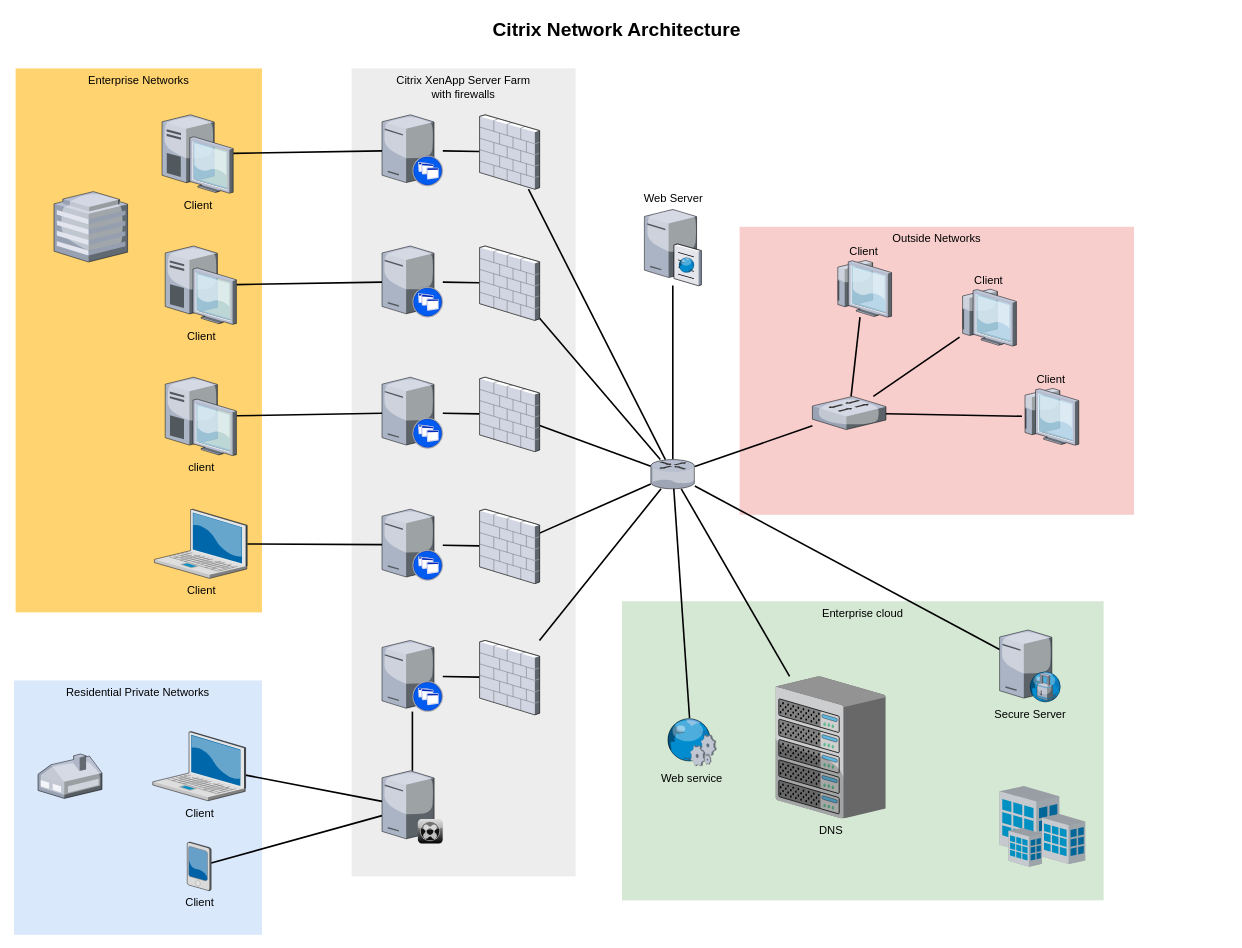
moondog69/drawings keeps this draw.io diagram as Untitled Diagram.drawio. Above is the earlier version. Source tidied: cells renumbered, new cells numbered last; positions are measured from the earlier drawing's top-left corner, leaving out a move shared by most shapes. Both pictures are drawn from the tidied source at 80%, with x=0, y=0 at pixel (14, 14).
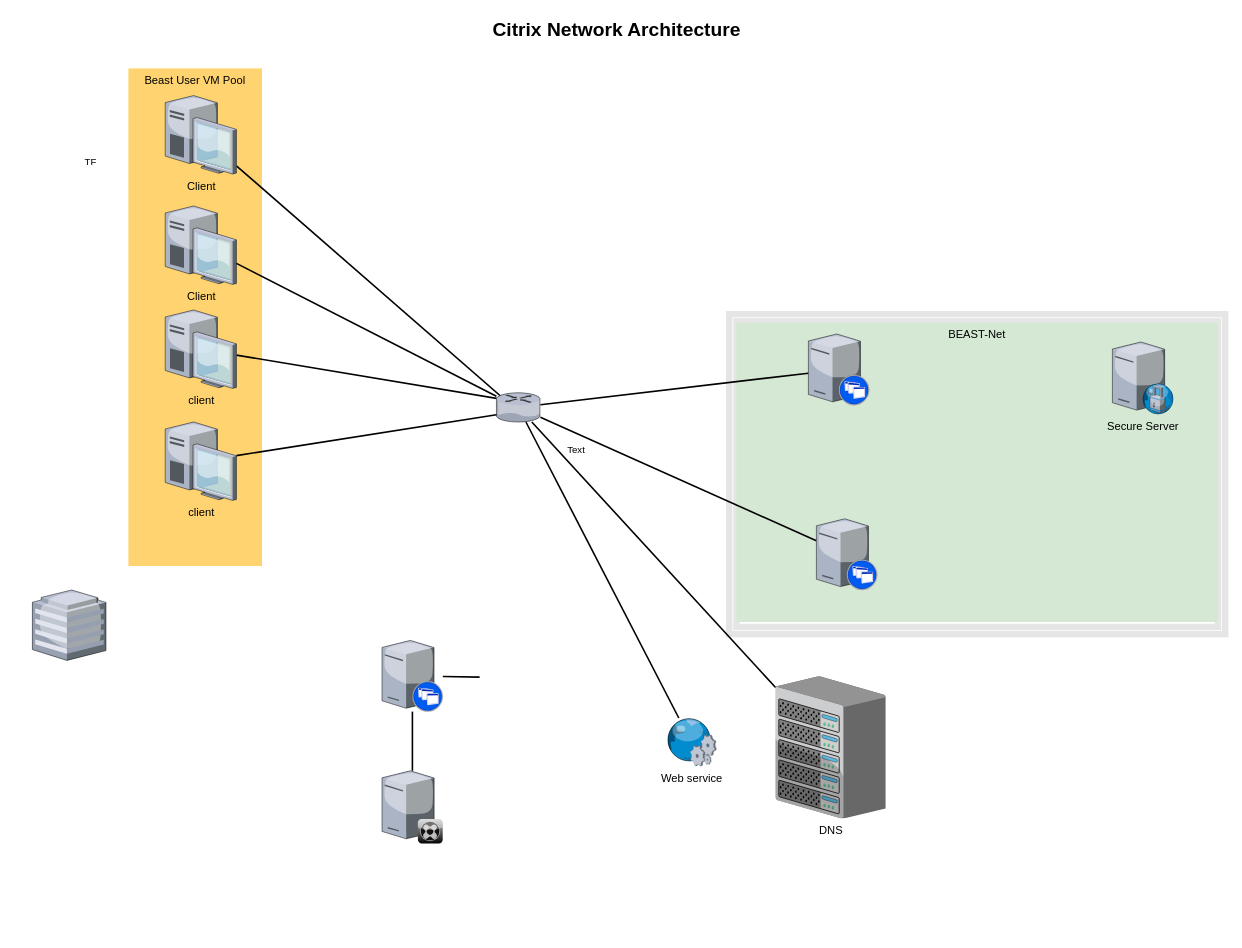
After the change.

The change refers to these unchanged cells:
```xml
<mxCell id="20" style="verticalLabelPosition=bottom;html=1;verticalAlign=top;strokeColor=none;shape=mxgraph.citrix.xenapp_server;fillColor=#66B2FF;gradientColor=#0066CC;fontSize=14;" parent="1" vertex="1">
  <mxGeometry x="460" y="783" width="76" height="89" as="geometry" />
</mxCell>
<mxCell id="35" style="verticalLabelPosition=bottom;html=1;verticalAlign=top;strokeColor=none;shape=mxgraph.citrix.xenclient_synchronizer;fillColor=#CCCCCC;gradientColor=#000000;gradientDirection=south;fontSize=14;" parent="1" vertex="1">
  <mxGeometry x="460" y="946" width="76" height="91" as="geometry" />
</mxCell>
```

The edit, as a diff of the source:
```diff
@@
-    <mxCell id="2" value="Outside Networks" style="whiteSpace=wrap;html=1;fillColor=#f8cecc;fontSize=14;strokeColor=none;verticalAlign=top;" parent="1" vertex="1">
-      <mxGeometry x="907" y="266" width="493" height="360" as="geometry" />
-    </mxCell>
+    <mxCell id="62" style="shape=ext;double=1;rounded=0;whiteSpace=wrap;html=1;opacity=10;perimeterSpacing=6;strokeColor=#000000;strokeWidth=8;" parent="1" vertex="1">
+      <mxGeometry x="894" y="375.2" width="620" height="400" as="geometry" />
+    </mxCell>
-    <mxCell id="3" value="Enterprise cloud" style="whiteSpace=wrap;html=1;fillColor=#d5e8d4;fontSize=14;strokeColor=none;verticalAlign=top;" parent="1" vertex="1">
-      <mxGeometry x="760" y="734" width="602" height="374" as="geometry" />
+    <mxCell id="3" value="BEAST-Net" style="whiteSpace=wrap;html=1;fillColor=#d5e8d4;fontSize=14;strokeColor=none;verticalAlign=top;" parent="1" vertex="1">
+      <mxGeometry x="903" y="386" width="602" height="374" as="geometry" />
     </mxCell>
-    <mxCell id="4" value="Citrix XenApp Server Farm&lt;div&gt;with firewalls&lt;/div&gt;" style="whiteSpace=wrap;html=1;fillColor=#EDEDED;fontSize=14;strokeColor=none;verticalAlign=top;" parent="1" vertex="1">
-      <mxGeometry x="422" y="68" width="280" height="1010" as="geometry" />
-    </mxCell>
-    <mxCell id="5" value="Residential Private Networks" style="whiteSpace=wrap;html=1;fillColor=#dae8fc;fontSize=14;strokeColor=none;verticalAlign=top;" parent="1" vertex="1">
-      <mxGeometry y="833" width="310" height="318" as="geometry" />
-    </mxCell>
-    <mxCell id="6" value="Enterprise Networks" style="whiteSpace=wrap;html=1;fillColor=#FFD470;gradientColor=none;fontSize=14;strokeColor=none;verticalAlign=top;" parent="1" vertex="1">
-      <mxGeometry x="2" y="68" width="308" height="680" as="geometry" />
+    <mxCell id="6" value="Beast User VM Pool" style="whiteSpace=wrap;html=1;fillColor=#FFD470;gradientColor=none;fontSize=14;strokeColor=none;verticalAlign=top;" parent="1" vertex="1">
+      <mxGeometry x="143" y="68" width="167" height="622" as="geometry" />
     </mxCell>
-    <mxCell id="7" style="edgeStyle=none;rounded=0;html=1;startSize=10;endSize=10;jettySize=auto;fontSize=14;endArrow=none;endFill=0;strokeWidth=2;" parent="1" edge="1" source="8" target="35">
-      <mxGeometry relative="1" as="geometry" />
-    </mxCell>
-    <mxCell id="8" value="Client" style="verticalLabelPosition=bottom;html=1;verticalAlign=top;strokeColor=none;shape=mxgraph.citrix.laptop_2;fillColor=#66B2FF;gradientColor=#0066CC;fontSize=14;" parent="1" vertex="1">
-      <mxGeometry x="173.5" y="897" width="116" height="86.5" as="geometry" />
-    </mxCell>
-    <mxCell id="9" style="edgeStyle=none;rounded=0;html=1;startSize=10;endSize=10;jettySize=auto;fontSize=14;endArrow=none;endFill=0;strokeWidth=2;" parent="1" edge="1" source="10" target="22">
+    <mxCell id="9" style="edgeStyle=none;rounded=0;html=1;startSize=10;endSize=10;jettySize=auto;fontSize=14;endArrow=none;endFill=0;strokeWidth=2;entryX=0.218;entryY=0.699;entryDx=0;entryDy=0;entryPerimeter=0;" parent="1" edge="1" source="63" target="33">
       <mxGeometry relative="1" as="geometry" />
     </mxCell>
-    <mxCell id="10" value="Client" style="verticalLabelPosition=bottom;html=1;verticalAlign=top;strokeColor=none;shape=mxgraph.citrix.laptop_2;fillColor=#66B2FF;gradientColor=#0066CC;fontSize=14;" parent="1" vertex="1">
-      <mxGeometry x="175.5" y="619" width="116" height="86.5" as="geometry" />
-    </mxCell>
-    <mxCell id="11" style="edgeStyle=none;rounded=0;html=1;startSize=10;endSize=10;jettySize=auto;fontSize=14;endArrow=none;endFill=0;strokeWidth=2;" parent="1" edge="1" source="12" target="24">
+    <mxCell id="11" style="edgeStyle=none;rounded=0;html=1;startSize=10;endSize=10;jettySize=auto;fontSize=14;endArrow=none;endFill=0;strokeWidth=2;entryX=0.545;entryY=0.329;entryDx=0;entryDy=0;entryPerimeter=0;" parent="1" edge="1" source="12" target="33">
       <mxGeometry relative="1" as="geometry" />
     </mxCell>
     <mxCell id="12" value="client" style="verticalLabelPosition=bottom;html=1;verticalAlign=top;strokeColor=none;shape=mxgraph.citrix.desktop;fillColor=#66B2FF;gradientColor=#0066CC;fontSize=14;" parent="1" vertex="1">
-      <mxGeometry x="189" y="454" width="89" height="98" as="geometry" />
+      <mxGeometry x="189" y="370" width="89" height="98" as="geometry" />
     </mxCell>
-    <mxCell id="13" style="edgeStyle=none;rounded=0;html=1;startSize=10;endSize=10;jettySize=auto;fontSize=14;endArrow=none;endFill=0;strokeWidth=2;" parent="1" edge="1" source="14" target="26">
+    <mxCell id="13" style="edgeStyle=none;rounded=0;html=1;startSize=10;endSize=10;jettySize=auto;fontSize=14;endArrow=none;endFill=0;strokeWidth=2;" parent="1" edge="1" source="33" target="26">
       <mxGeometry relative="1" as="geometry" />
     </mxCell>
     <mxCell id="14" value="Client" style="verticalLabelPosition=bottom;html=1;verticalAlign=top;strokeColor=none;shape=mxgraph.citrix.desktop;fillColor=#66B2FF;gradientColor=#0066CC;fontSize=14;" parent="1" vertex="1">
-      <mxGeometry x="189" y="290" width="89" height="98" as="geometry" />
+      <mxGeometry x="189" y="240" width="89" height="98" as="geometry" />
     </mxCell>
-    <mxCell id="15" style="edgeStyle=none;rounded=0;html=1;startSize=10;endSize=10;jettySize=auto;fontSize=14;endArrow=none;endFill=0;strokeWidth=2;" parent="1" edge="1" source="16" target="28">
+    <mxCell id="15" style="edgeStyle=none;rounded=0;html=1;startSize=10;endSize=10;jettySize=auto;fontSize=14;endArrow=none;endFill=0;strokeWidth=2;entryX=0.345;entryY=0.438;entryDx=0;entryDy=0;entryPerimeter=0;" parent="1" edge="1" source="16" target="33">
       <mxGeometry relative="1" as="geometry" />
     </mxCell>
     <mxCell id="16" value="Client" style="verticalLabelPosition=bottom;html=1;verticalAlign=top;strokeColor=none;shape=mxgraph.citrix.desktop;fillColor=#66B2FF;gradientColor=#0066CC;fontSize=14;" parent="1" vertex="1">
-      <mxGeometry x="185" y="126" width="89" height="98" as="geometry" />
+      <mxGeometry x="189" y="102" width="89" height="98" as="geometry" />
     </mxCell>
-    <mxCell id="17" style="edgeStyle=none;rounded=0;html=1;startSize=10;endSize=10;jettySize=auto;fontSize=14;endArrow=none;endFill=0;strokeWidth=2;" parent="1" edge="1" source="18" target="35">
-      <mxGeometry relative="1" as="geometry" />
-    </mxCell>
-    <mxCell id="18" value="Client" style="verticalLabelPosition=bottom;html=1;verticalAlign=top;strokeColor=none;shape=mxgraph.citrix.pda;fillColor=#66B2FF;gradientColor=#0066CC;fontSize=14;" parent="1" vertex="1">
-      <mxGeometry x="216.5" y="1035" width="30" height="61" as="geometry" />
-    </mxCell>
-    <mxCell id="19" style="edgeStyle=none;rounded=0;html=1;startSize=10;endSize=10;jettySize=auto;fontSize=14;endArrow=none;endFill=0;strokeWidth=2;" parent="1" edge="1" source="20" target="47">
-      <mxGeometry relative="1" as="geometry" />
+    <mxCell id="19" style="edgeStyle=none;rounded=0;html=1;startSize=10;endSize=10;jettySize=auto;fontSize=14;endArrow=none;endFill=0;strokeWidth=2;" parent="1" edge="1" source="20">
+      <mxGeometry relative="1" as="geometry">
+        <mxPoint x="582" y="828.9" as="targetPoint" />
+      </mxGeometry>
     </mxCell>
@@
-    <mxCell id="21" style="edgeStyle=none;rounded=0;html=1;startSize=10;endSize=10;jettySize=auto;fontSize=14;endArrow=none;endFill=0;strokeWidth=2;" parent="1" edge="1" source="22" target="45">
-      <mxGeometry relative="1" as="geometry" />
-    </mxCell>
-    <mxCell id="22" style="verticalLabelPosition=bottom;html=1;verticalAlign=top;strokeColor=none;shape=mxgraph.citrix.xenapp_server;fillColor=#66B2FF;gradientColor=#0066CC;fontSize=14;" parent="1" vertex="1">
-      <mxGeometry x="460" y="619" width="76" height="89" as="geometry" />
-    </mxCell>
-    <mxCell id="23" style="edgeStyle=none;rounded=0;html=1;startSize=10;endSize=10;jettySize=auto;fontSize=14;endArrow=none;endFill=0;strokeWidth=2;" parent="1" edge="1" source="24" target="43">
-      <mxGeometry relative="1" as="geometry" />
-    </mxCell>
-    <mxCell id="24" style="verticalLabelPosition=bottom;html=1;verticalAlign=top;strokeColor=none;shape=mxgraph.citrix.xenapp_server;fillColor=#66B2FF;gradientColor=#0066CC;fontSize=14;" parent="1" vertex="1">
-      <mxGeometry x="460" y="454" width="76" height="89" as="geometry" />
-    </mxCell>
-    <mxCell id="25" style="edgeStyle=none;rounded=0;html=1;startSize=10;endSize=10;jettySize=auto;fontSize=14;endArrow=none;endFill=0;strokeWidth=2;" parent="1" edge="1" source="26" target="41">
-      <mxGeometry relative="1" as="geometry" />
-    </mxCell>
     <mxCell id="26" style="verticalLabelPosition=bottom;html=1;verticalAlign=top;strokeColor=none;shape=mxgraph.citrix.xenapp_server;fillColor=#66B2FF;gradientColor=#0066CC;fontSize=14;" parent="1" vertex="1">
-      <mxGeometry x="460" y="290" width="76" height="89" as="geometry" />
+      <mxGeometry x="1003" y="631" width="76" height="89" as="geometry" />
     </mxCell>
-    <mxCell id="27" style="edgeStyle=none;rounded=0;html=1;startSize=10;endSize=10;jettySize=auto;fontSize=14;endArrow=none;endFill=0;strokeWidth=2;" parent="1" edge="1" source="28" target="39">
+    <mxCell id="27" style="edgeStyle=none;rounded=0;html=1;startSize=10;endSize=10;jettySize=auto;fontSize=14;endArrow=none;endFill=0;strokeWidth=2;" parent="1" edge="1" source="28" target="33">
       <mxGeometry relative="1" as="geometry" />
     </mxCell>
     <mxCell id="28" style="verticalLabelPosition=bottom;html=1;verticalAlign=top;strokeColor=none;shape=mxgraph.citrix.xenapp_server;fillColor=#66B2FF;gradientColor=#0066CC;fontSize=14;" parent="1" vertex="1">
-      <mxGeometry x="460" y="126" width="76" height="89" as="geometry" />
+      <mxGeometry x="993" y="400" width="76" height="89" as="geometry" />
     </mxCell>
@@
-    <mxCell id="30" style="edgeStyle=none;rounded=0;html=1;startSize=10;endSize=10;jettySize=auto;fontSize=14;endArrow=none;endFill=0;strokeWidth=2;" parent="1" edge="1" source="33" target="36">
-      <mxGeometry relative="1" as="geometry" />
-    </mxCell>
-    <mxCell id="31" style="edgeStyle=none;rounded=0;html=1;startSize=10;endSize=10;jettySize=auto;fontSize=14;endArrow=none;endFill=0;strokeWidth=2;" parent="1" edge="1" source="33" target="54">
-      <mxGeometry relative="1" as="geometry" />
-    </mxCell>
-    <mxCell id="32" style="edgeStyle=none;rounded=0;html=1;startSize=10;endSize=10;jettySize=auto;fontSize=14;endArrow=none;endFill=0;strokeWidth=2;" parent="1" edge="1" source="33" target="50">
-      <mxGeometry relative="1" as="geometry" />
-    </mxCell>
     <mxCell id="33" style="verticalLabelPosition=bottom;html=1;verticalAlign=top;strokeColor=none;shape=mxgraph.citrix.router;fillColor=#66B2FF;gradientColor=#0066CC;fontSize=14;" parent="1" vertex="1">
-      <mxGeometry x="796" y="557" width="55" height="36.5" as="geometry" />
+      <mxGeometry x="603" y="473.5" width="55" height="36.5" as="geometry" />
     </mxCell>
@@
-    <mxCell id="36" value="Web Server" style="verticalLabelPosition=top;html=1;verticalAlign=bottom;strokeColor=none;shape=mxgraph.citrix.cache_server;fillColor=#66B2FF;gradientColor=#0066CC;fontSize=14;labelPosition=center;align=center;" parent="1" vertex="1">
-      <mxGeometry x="788" y="242" width="71" height="97.5" as="geometry" />
-    </mxCell>
@@
-    <mxCell id="38" style="edgeStyle=none;rounded=0;html=1;startSize=10;endSize=10;jettySize=auto;fontSize=14;endArrow=none;endFill=0;strokeWidth=2;" parent="1" edge="1" source="39" target="33">
-      <mxGeometry relative="1" as="geometry" />
-    </mxCell>
-    <mxCell id="39" style="verticalLabelPosition=bottom;html=1;verticalAlign=top;strokeColor=none;shape=mxgraph.citrix.firewall;fillColor=#66B2FF;gradientColor=#0066CC;fontSize=14;" parent="1" vertex="1">
-      <mxGeometry x="582" y="126" width="75" height="93" as="geometry" />
-    </mxCell>
-    <mxCell id="40" style="edgeStyle=none;rounded=0;html=1;startSize=10;endSize=10;jettySize=auto;fontSize=14;endArrow=none;endFill=0;strokeWidth=2;" parent="1" edge="1" source="41" target="33">
+    <mxCell id="40" style="edgeStyle=none;rounded=0;html=1;startSize=10;endSize=10;jettySize=auto;fontSize=14;endArrow=none;endFill=0;strokeWidth=2;" parent="1" edge="1" source="14" target="33">
       <mxGeometry relative="1" as="geometry" />
     </mxCell>
-    <mxCell id="41" style="verticalLabelPosition=bottom;html=1;verticalAlign=top;strokeColor=none;shape=mxgraph.citrix.firewall;fillColor=#66B2FF;gradientColor=#0066CC;fontSize=14;" parent="1" vertex="1">
-      <mxGeometry x="582" y="290" width="75" height="93" as="geometry" />
-    </mxCell>
-    <mxCell id="42" style="edgeStyle=none;rounded=0;html=1;startSize=10;endSize=10;jettySize=auto;fontSize=14;endArrow=none;endFill=0;strokeWidth=2;" parent="1" edge="1" source="43" target="33">
-      <mxGeometry relative="1" as="geometry" />
-    </mxCell>
-    <mxCell id="43" style="verticalLabelPosition=bottom;html=1;verticalAlign=top;strokeColor=none;shape=mxgraph.citrix.firewall;fillColor=#66B2FF;gradientColor=#0066CC;fontSize=14;" parent="1" vertex="1">
-      <mxGeometry x="582" y="454" width="75" height="93" as="geometry" />
-    </mxCell>
-    <mxCell id="44" style="edgeStyle=none;rounded=0;html=1;startSize=10;endSize=10;jettySize=auto;fontSize=14;endArrow=none;endFill=0;strokeWidth=2;" parent="1" edge="1" source="45" target="33">
-      <mxGeometry relative="1" as="geometry" />
-    </mxCell>
-    <mxCell id="45" style="verticalLabelPosition=bottom;html=1;verticalAlign=top;strokeColor=none;shape=mxgraph.citrix.firewall;fillColor=#66B2FF;gradientColor=#0066CC;fontSize=14;" parent="1" vertex="1">
-      <mxGeometry x="582" y="619" width="75" height="93" as="geometry" />
-    </mxCell>
-    <mxCell id="46" style="edgeStyle=none;rounded=0;html=1;startSize=10;endSize=10;jettySize=auto;fontSize=14;endArrow=none;endFill=0;strokeWidth=2;" parent="1" edge="1" source="47" target="33">
-      <mxGeometry relative="1" as="geometry" />
-    </mxCell>
-    <mxCell id="47" style="verticalLabelPosition=bottom;html=1;verticalAlign=top;strokeColor=none;shape=mxgraph.citrix.firewall;fillColor=#66B2FF;gradientColor=#0066CC;fontSize=14;" parent="1" vertex="1">
-      <mxGeometry x="582" y="783" width="75" height="93" as="geometry" />
-    </mxCell>
-    <mxCell id="48" style="verticalLabelPosition=bottom;html=1;verticalAlign=top;strokeColor=none;shape=mxgraph.citrix.home_office;fillColor=#66B2FF;gradientColor=#0066CC;fontSize=14;" parent="1" vertex="1">
-      <mxGeometry x="30" y="925" width="80" height="55.5" as="geometry" />
-    </mxCell>
     <mxCell id="49" style="verticalLabelPosition=bottom;html=1;verticalAlign=top;strokeColor=none;shape=mxgraph.citrix.hq_enterprise;fillColor=#66B2FF;gradientColor=#0066CC;fontSize=14;" parent="1" vertex="1">
-      <mxGeometry x="50" y="222" width="92" height="88" as="geometry" />
+      <mxGeometry x="23" y="720" width="92" height="88" as="geometry" />
     </mxCell>
     <mxCell id="50" value="Secure Server" style="verticalLabelPosition=bottom;html=1;verticalAlign=top;strokeColor=none;shape=mxgraph.citrix.proxy_server;fillColor=#66B2FF;gradientColor=#0066CC;fontSize=14;" parent="1" vertex="1">
-      <mxGeometry x="1232" y="770" width="76.5" height="90" as="geometry" />
+      <mxGeometry x="1373" y="410" width="76.5" height="90" as="geometry" />
     </mxCell>
-    <mxCell id="51" style="edgeStyle=none;rounded=0;html=1;startSize=10;endSize=10;jettySize=auto;fontSize=14;endArrow=none;endFill=0;strokeWidth=2;" parent="1" edge="1" source="54" target="57">
-      <mxGeometry relative="1" as="geometry" />
-    </mxCell>
-    <mxCell id="52" style="edgeStyle=none;rounded=0;html=1;startSize=10;endSize=10;jettySize=auto;fontSize=14;endArrow=none;endFill=0;strokeWidth=2;" parent="1" edge="1" source="54" target="56">
-      <mxGeometry relative="1" as="geometry" />
-    </mxCell>
-    <mxCell id="53" style="edgeStyle=none;rounded=0;html=1;startSize=10;endSize=10;jettySize=auto;fontSize=14;endArrow=none;endFill=0;strokeWidth=2;" parent="1" edge="1" source="54" target="55">
-      <mxGeometry relative="1" as="geometry" />
-    </mxCell>
-    <mxCell id="54" style="verticalLabelPosition=bottom;html=1;verticalAlign=top;strokeColor=none;shape=mxgraph.citrix.switch;fillColor=#66B2FF;gradientColor=#0066CC;fontSize=14;" parent="1" vertex="1">
-      <mxGeometry x="998" y="478" width="92" height="41.5" as="geometry" />
-    </mxCell>
-    <mxCell id="55" value="Client" style="verticalLabelPosition=top;html=1;verticalAlign=bottom;strokeColor=none;shape=mxgraph.citrix.thin_client;fillColor=#66B2FF;gradientColor=#0066CC;fontSize=14;labelPosition=center;align=center;" parent="1" vertex="1">
-      <mxGeometry x="1260" y="468" width="71" height="71" as="geometry" />
-    </mxCell>
-    <mxCell id="56" value="Client" style="verticalLabelPosition=top;html=1;verticalAlign=bottom;strokeColor=none;shape=mxgraph.citrix.thin_client;fillColor=#66B2FF;gradientColor=#0066CC;fontSize=14;labelPosition=center;align=center;" parent="1" vertex="1">
-      <mxGeometry x="1182" y="344" width="71" height="71" as="geometry" />
-    </mxCell>
-    <mxCell id="57" value="Client" style="verticalLabelPosition=top;html=1;verticalAlign=bottom;strokeColor=none;shape=mxgraph.citrix.thin_client;fillColor=#66B2FF;gradientColor=#0066CC;fontSize=14;labelPosition=center;align=center;" parent="1" vertex="1">
-      <mxGeometry x="1026" y="308" width="71" height="71" as="geometry" />
-    </mxCell>
@@
-    <mxCell id="60" style="verticalLabelPosition=bottom;html=1;verticalAlign=top;strokeColor=none;shape=mxgraph.citrix.site;fillColor=#66B2FF;gradientColor=#0066CC;fontSize=14;" parent="1" vertex="1">
-      <mxGeometry x="1232" y="965" width="107" height="101" as="geometry" />
-    </mxCell>
@@
+    <mxCell id="63" value="client" style="verticalLabelPosition=bottom;html=1;verticalAlign=top;strokeColor=none;shape=mxgraph.citrix.desktop;fillColor=#66B2FF;gradientColor=#0066CC;fontSize=14;" parent="1" vertex="1">
+      <mxGeometry x="189" y="510" width="89" height="98" as="geometry" />
+    </mxCell>
+    <mxCell id="64" value="Text" style="text;html=1;strokeColor=none;fillColor=none;align=center;verticalAlign=middle;whiteSpace=wrap;rounded=0;" parent="1" vertex="1">
+      <mxGeometry x="673" y="530" width="60" height="30" as="geometry" />
+    </mxCell>
+    <mxCell id="65" value="TF" style="text;html=1;strokeColor=none;fillColor=none;align=center;verticalAlign=middle;whiteSpace=wrap;rounded=0;" parent="1" vertex="1">
+      <mxGeometry x="66" y="170" width="60" height="30" as="geometry" />
+    </mxCell>
+    <mxCell id="66" style="edgeStyle=orthogonalEdgeStyle;rounded=0;orthogonalLoop=1;jettySize=auto;html=1;exitX=0.5;exitY=1;exitDx=0;exitDy=0;" parent="1" edge="1" source="6" target="6">
+      <mxGeometry relative="1" as="geometry" />
+    </mxCell>
+    <mxCell id="67" style="edgeStyle=orthogonalEdgeStyle;rounded=0;orthogonalLoop=1;jettySize=auto;html=1;exitX=0.5;exitY=1;exitDx=0;exitDy=0;" parent="1" edge="1" source="6" target="6">
+      <mxGeometry relative="1" as="geometry" />
+    </mxCell>
```
